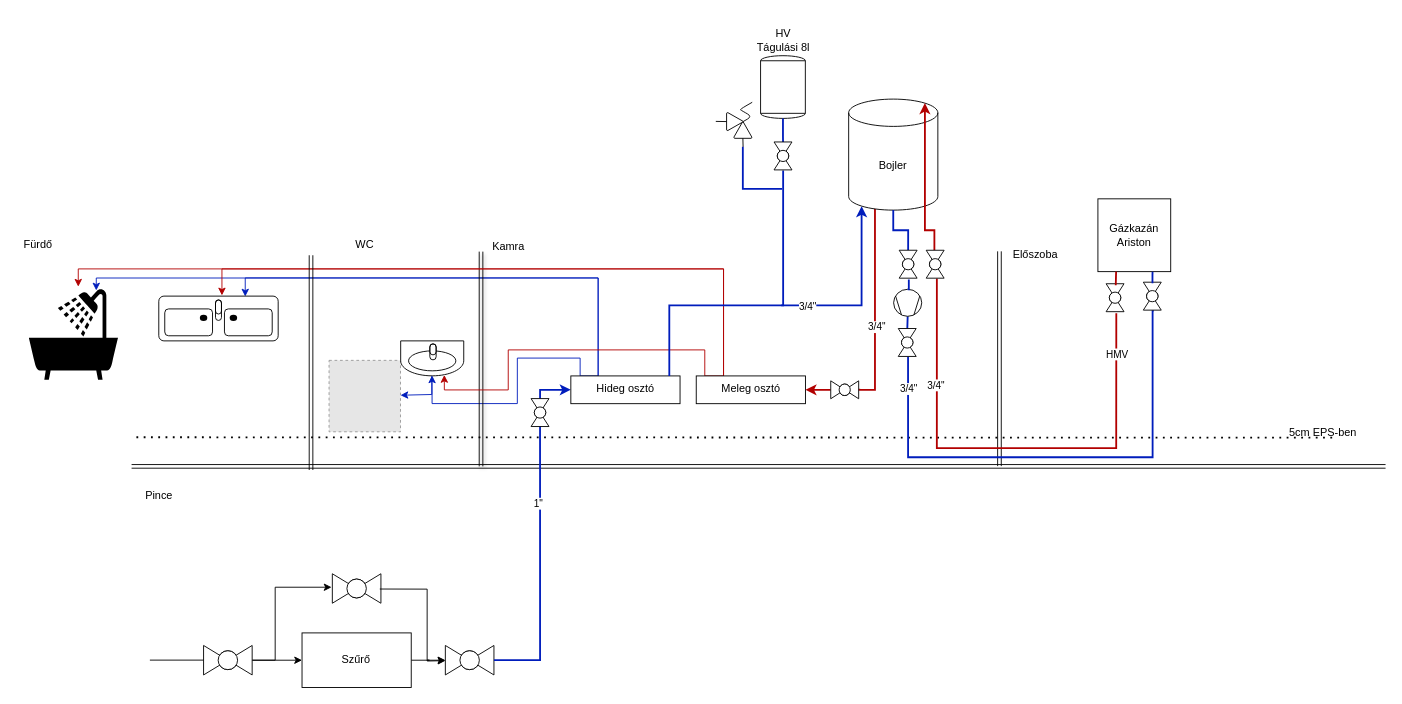
This is fűtés.drawio from vanyid/XVutca_tervek, a draw.io file, before an edit. Source tidied: cells renumbered, new cells numbered last; positions are measured from the earlier drawing's top-left corner, leaving out a move shared by most shapes. Both pictures are drawn from the tidied source at 91%, with x=0, y=0 at pixel (15, 56). Pictures stored in the file or linked from it are replaced by grey dashed boxes.
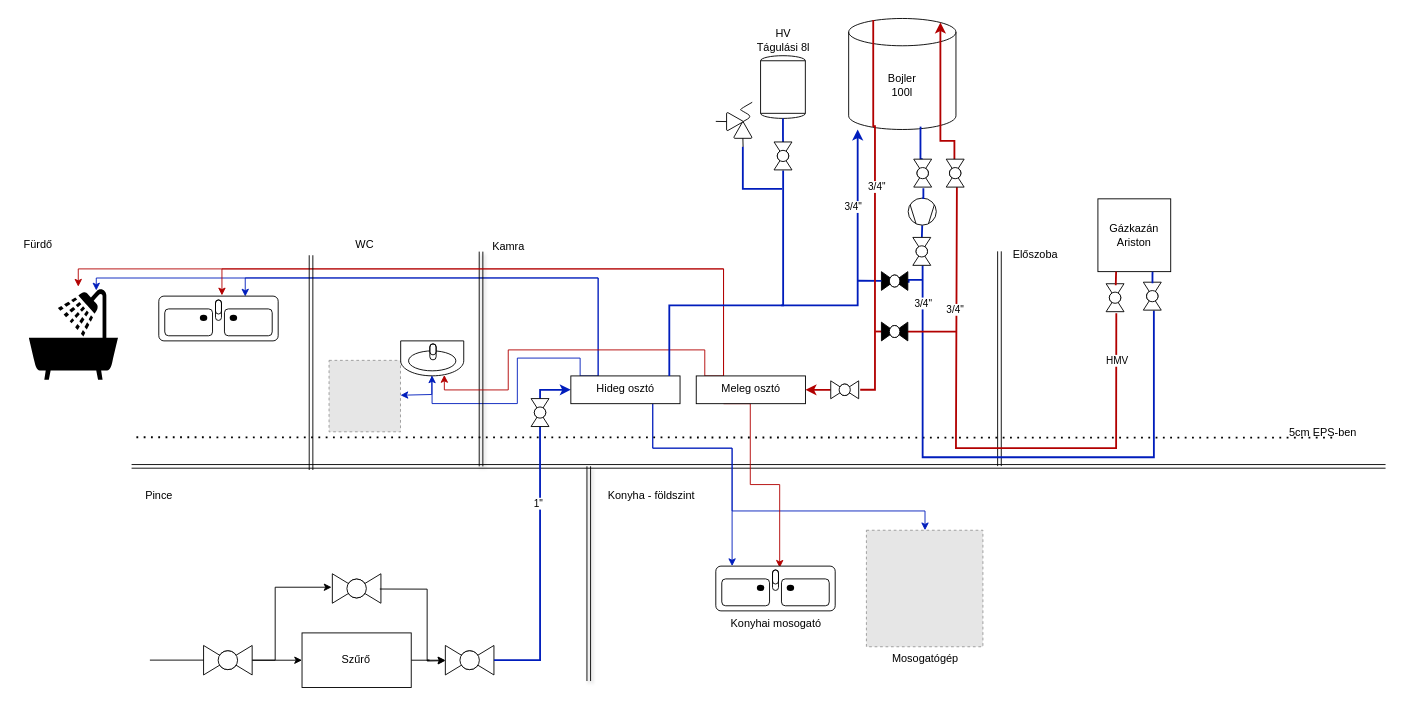
After the change.

Commit message:
HMV direkt bypass

The change refers to these unchanged cells:
```xml
<mxCell id="16" value="Hideg osztó" style="whiteSpace=wrap;html=1;verticalAlign=top;dashed=0;" parent="1" vertex="1">
  <mxGeometry x="609.8" y="351.6" width="120" height="30.5" as="geometry" />
</mxCell>
<mxCell id="24" value="Meleg osztó" style="whiteSpace=wrap;html=1;verticalAlign=top;dashed=0;" parent="1" vertex="1">
  <mxGeometry x="747.6" y="351.6" width="120" height="30.5" as="geometry" />
</mxCell>
<mxCell id="48" style="verticalLabelPosition=bottom;align=center;html=1;verticalAlign=top;dashed=0;shape=mxgraph.pid2valves.valve;valveType=ball;rotation=90;" parent="1" vertex="1">
  <mxGeometry x="1192.5" y="255.8" width="30.7" height="19.7" as="geometry" />
</mxCell>
<mxCell id="74" style="verticalLabelPosition=bottom;align=center;html=1;verticalAlign=top;dashed=0;shape=mxgraph.pid2valves.valve;valveType=ball;rotation=-180;" parent="1" vertex="1">
  <mxGeometry x="895.4" y="357" width="30.7" height="19.7" as="geometry" />
</mxCell>
```

Diff of the diagram source:
```diff
@@
+    <mxCell id="75" style="edgeStyle=orthogonalEdgeStyle;rounded=0;jettySize=auto;html=1;exitX=0.75;exitY=1;exitDx=0;exitDy=0;fillColor=#0050ef;strokeColor=#001DBC;" parent="1" edge="1" source="16" target="80">
+      <mxGeometry relative="1" as="geometry">
+        <Array as="points">
+          <mxPoint x="700" y="431" />
+          <mxPoint x="787" y="431" />
+        </Array>
+      </mxGeometry>
+    </mxCell>
+    <mxCell id="76" style="edgeStyle=orthogonalEdgeStyle;rounded=0;jettySize=auto;html=1;exitX=0.75;exitY=1;exitDx=0;exitDy=0;fillColor=#0050ef;strokeColor=#001DBC;" parent="1" edge="1" source="16" target="81">
+      <mxGeometry relative="1" as="geometry">
+        <Array as="points">
+          <mxPoint x="700" y="431" />
+          <mxPoint x="787" y="431" />
+          <mxPoint x="787" y="500" />
+          <mxPoint x="999" y="500" />
+        </Array>
+      </mxGeometry>
+    </mxCell>
@@
+    <mxCell id="77" style="edgeStyle=orthogonalEdgeStyle;rounded=0;jettySize=auto;html=1;exitX=0.25;exitY=1;exitDx=0;exitDy=0;entryX=0.535;entryY=0.036;entryDx=0;entryDy=0;entryPerimeter=0;fillColor=#e51400;strokeColor=#B20000;" parent="1" edge="1" source="24" target="80">
+      <mxGeometry relative="1" as="geometry">
+        <Array as="points">
+          <mxPoint x="807" y="382" />
+          <mxPoint x="807" y="471" />
+          <mxPoint x="839" y="471" />
+        </Array>
+      </mxGeometry>
+    </mxCell>
@@
-    <mxCell id="25" style="edgeStyle=orthogonalEdgeStyle;rounded=0;jettySize=auto;html=1;exitX=0.145;exitY=1;exitDx=0;exitDy=-4.35;exitPerimeter=0;startArrow=classic;startFill=1;endArrow=none;endFill=0;fillColor=#0050ef;strokeColor=#001DBC;strokeWidth=2;" parent="1" edge="1" source="29" target="16">
+    <mxCell id="25" style="edgeStyle=orthogonalEdgeStyle;rounded=0;jettySize=auto;html=1;startArrow=classic;startFill=1;endArrow=none;endFill=0;fillColor=#0050ef;strokeColor=#001DBC;strokeWidth=2;" parent="1" edge="1" source="29">
       <mxGeometry relative="1" as="geometry">
+        <mxPoint x="718" y="351.6" as="targetPoint" />
         <Array as="points">
-          <mxPoint x="929" y="274" />
+          <mxPoint x="925" y="274" />
           <mxPoint x="718" y="274" />
         </Array>
       </mxGeometry>
     </mxCell>
     <mxCell id="26" value="3/4&quot;" style="edgeLabel;html=1;align=center;verticalAlign=middle;" parent="25" vertex="1">
-      <mxGeometry x="-0.15" y="1" relative="1" as="geometry" />
+      <mxGeometry x="-0.15" y="1" relative="1" as="geometry">
+        <mxPoint x="4" y="-110" as="offset" />
+      </mxGeometry>
     </mxCell>
-    <mxCell id="27" style="edgeStyle=orthogonalEdgeStyle;rounded=0;jettySize=auto;html=1;exitX=0.399;exitY=0.968;exitDx=0;exitDy=0;exitPerimeter=0;entryX=-0.055;entryY=0.504;entryDx=0;entryDy=0;fillColor=#e51400;strokeColor=#B20000;strokeWidth=2;entryPerimeter=0;endArrow=none;endFill=0;" parent="1" edge="1" source="29" target="74">
-      <mxGeometry relative="1" as="geometry">
-        <Array as="points">
-          <mxPoint x="944" y="166" />
-          <mxPoint x="944" y="367" />
-          <mxPoint x="917" y="367" />
-        </Array>
-      </mxGeometry>
-    </mxCell>
-    <mxCell id="28" value="3/4&quot;" style="edgeLabel;html=1;align=center;verticalAlign=middle;" parent="27" vertex="1">
-      <mxGeometry x="0.14" y="1" relative="1" as="geometry" />
-    </mxCell>
-    <mxCell id="29" value="Bojler" style="shape=cylinder3;whiteSpace=wrap;html=1;boundedLbl=1;backgroundOutline=1;size=15;" parent="1" vertex="1">
-      <mxGeometry x="915.1" y="47.4" width="98" height="122" as="geometry" />
+    <mxCell id="29" value="Bojler&lt;br&gt;100l" style="shape=cylinder3;whiteSpace=wrap;html=1;boundedLbl=1;backgroundOutline=1;size=15;" parent="1" vertex="1">
+      <mxGeometry x="915.1" y="-41.2" width="117.9" height="122" as="geometry" />
     </mxCell>
@@
-    <mxCell id="32" style="edgeStyle=orthogonalEdgeStyle;jettySize=auto;html=1;exitX=0;exitY=0.5;exitDx=0;exitDy=0;entryX=0.5;entryY=1;entryDx=0;entryDy=0;strokeColor=#001DBC;rounded=0;fillColor=#0050ef;strokeWidth=2;jumpStyle=none;jumpSize=9;startArrow=none;startFill=0;endArrow=none;endFill=0;entryPerimeter=0;exitPerimeter=0;" parent="1" edge="1" source="40" target="29">
-      <mxGeometry relative="1" as="geometry" />
+    <mxCell id="32" style="edgeStyle=orthogonalEdgeStyle;jettySize=auto;html=1;exitX=0;exitY=0.5;exitDx=0;exitDy=0;entryX=0.671;entryY=0.974;entryDx=0;entryDy=0;strokeColor=#001DBC;rounded=0;fillColor=#0050ef;strokeWidth=2;jumpStyle=none;jumpSize=9;startArrow=none;startFill=0;endArrow=none;endFill=0;entryPerimeter=0;exitPerimeter=0;" parent="1" edge="1" source="40" target="29">
+      <mxGeometry relative="1" as="geometry">
+        <Array as="points">
+          <mxPoint x="994" y="113" />
+          <mxPoint x="994" y="81" />
+          <mxPoint x="994" y="81" />
+        </Array>
+      </mxGeometry>
     </mxCell>
@@
     <mxCell id="38" style="shape=mxgraph.pid.compressors_-_iso.compressor,_vacuum_pump;html=1;align=center;verticalLabelPosition=bottom;verticalAlign=top;dashed=0;rotation=90;" parent="1" vertex="1">
-      <mxGeometry x="965.1" y="255.8" width="29.7" height="30.9" as="geometry" />
+      <mxGeometry x="981.1" y="155.6" width="29.7" height="30.9" as="geometry" />
     </mxCell>
@@
     <mxCell id="40" style="verticalLabelPosition=bottom;align=center;html=1;verticalAlign=top;dashed=0;shape=mxgraph.pid2valves.valve;valveType=ball;rotation=90;" parent="1" vertex="1">
-      <mxGeometry x="965.1" y="219" width="30.7" height="19.7" as="geometry" />
+      <mxGeometry x="981.1" y="118.9" width="30.7" height="19.7" as="geometry" />
     </mxCell>
@@
     <mxCell id="43" style="verticalLabelPosition=bottom;align=center;html=1;verticalAlign=top;dashed=0;shape=mxgraph.pid2valves.valve;valveType=ball;rotation=90;" parent="1" vertex="1">
-      <mxGeometry x="964.1" y="305" width="30.7" height="19.7" as="geometry" />
+      <mxGeometry x="980.1" y="204.9" width="30.7" height="19.7" as="geometry" />
     </mxCell>
     <mxCell id="44" style="edgeStyle=orthogonalEdgeStyle;rounded=0;jettySize=auto;html=1;exitX=1.057;exitY=0.431;exitDx=0;exitDy=0;fillColor=#e51400;strokeColor=#B20000;strokeWidth=2;entryX=1.008;entryY=0.405;entryDx=0;entryDy=0;entryPerimeter=0;endArrow=none;endFill=0;exitPerimeter=0;" parent="1" edge="1" source="48" target="47">
       <mxGeometry relative="1" as="geometry">
         <Array as="points">
-          <mxPoint x="1209.1" y="288" />
-          <mxPoint x="1209.1" y="431" />
-          <mxPoint x="1012.1" y="431" />
+          <mxPoint x="1209" y="288" />
+          <mxPoint x="1209" y="288" />
+          <mxPoint x="1209" y="431" />
+          <mxPoint x="1033" y="431" />
+          <mxPoint x="1033" y="144" />
         </Array>
       </mxGeometry>
     </mxCell>
@@
     <mxCell id="47" style="verticalLabelPosition=bottom;align=center;html=1;verticalAlign=top;dashed=0;shape=mxgraph.pid2valves.valve;valveType=ball;rotation=90;" parent="1" vertex="1">
-      <mxGeometry x="994.8" y="219" width="30.7" height="19.7" as="geometry" />
+      <mxGeometry x="1016.8" y="118.9" width="30.7" height="19.7" as="geometry" />
     </mxCell>
@@
+    <mxCell id="78" style="shape=link;html=1;rounded=0;shadow=1;strokeColor=default;" parent="1" edge="1">
+      <mxGeometry relative="1" as="geometry">
+        <mxPoint x="629.5" y="686.9" as="sourcePoint" />
+        <mxPoint x="629.5" y="450.9" as="targetPoint" />
+      </mxGeometry>
+    </mxCell>
+    <mxCell id="79" value="Konyha - földszint" style="text;html=1;align=center;verticalAlign=middle;strokeColor=none;fillColor=none;" parent="1" vertex="1">
+      <mxGeometry x="639.3" y="468.6" width="118.1" height="29.5" as="geometry" />
+    </mxCell>
+    <mxCell id="80" value="Konyhai mosogató" style="verticalLabelPosition=bottom;html=1;verticalAlign=top;align=center;shape=mxgraph.floorplan.sink_double2;" parent="1" vertex="1">
+      <mxGeometry x="769.1" y="560.6" width="131.2" height="49.2" as="geometry" />
+    </mxCell>
+    <mxCell id="81" value="Mosogatógép" style="fillColor=#E6E6E6;strokeColor=#999999;dashed=1;html=1;verticalAlign=top;verticalLabelPosition=bottom;labelBackgroundColor=#ffffff;" parent="1" vertex="1">
+      <mxGeometry x="934.6" y="521.2" width="128" height="128" as="geometry" />
+    </mxCell>
+    <mxCell id="82" style="edgeStyle=orthogonalEdgeStyle;rounded=0;orthogonalLoop=1;jettySize=auto;html=1;endArrow=none;endFill=0;exitX=0.952;exitY=0.444;exitDx=0;exitDy=0;exitPerimeter=0;strokeWidth=2;fillColor=#0050ef;strokeColor=#001DBC;" parent="1" edge="1">
+      <mxGeometry relative="1" as="geometry">
+        <mxPoint x="978.7" y="248.2" as="sourcePoint" />
+        <mxPoint x="996" y="246" as="targetPoint" />
+        <Array as="points">
+          <mxPoint x="981" y="248" />
+          <mxPoint x="981" y="246" />
+        </Array>
+      </mxGeometry>
+    </mxCell>
+    <mxCell id="83" style="verticalLabelPosition=bottom;align=center;html=1;verticalAlign=top;dashed=0;shape=mxgraph.pid2valves.valve;valveType=ball;defState=closed;" parent="1" vertex="1">
+      <mxGeometry x="951.1" y="237" width="29" height="20.6" as="geometry" />
+    </mxCell>
+    <mxCell id="84" style="edgeStyle=orthogonalEdgeStyle;rounded=0;jettySize=auto;html=1;endArrow=none;endFill=0;fillColor=#e51400;strokeColor=#B20000;strokeWidth=2;exitX=0.98;exitY=0.506;exitDx=0;exitDy=0;exitPerimeter=0;" parent="1" edge="1" source="86">
+      <mxGeometry relative="1" as="geometry">
+        <mxPoint x="1033" y="303" as="targetPoint" />
+        <Array as="points">
+          <mxPoint x="1013" y="303" />
+          <mxPoint x="1013" y="303" />
+        </Array>
+      </mxGeometry>
+    </mxCell>
+    <mxCell id="85" style="edgeStyle=orthogonalEdgeStyle;rounded=0;jettySize=auto;html=1;endArrow=none;endFill=0;strokeWidth=2;fillColor=#e51400;strokeColor=#B20000;" parent="1" edge="1" source="86">
+      <mxGeometry relative="1" as="geometry">
+        <mxPoint x="944.4" y="302.8" as="targetPoint" />
+        <Array as="points">
+          <mxPoint x="944" y="303" />
+          <mxPoint x="944" y="303" />
+        </Array>
+      </mxGeometry>
+    </mxCell>
+    <mxCell id="86" style="verticalLabelPosition=bottom;align=center;html=1;verticalAlign=top;dashed=0;shape=mxgraph.pid2valves.valve;valveType=ball;defState=closed;" parent="1" vertex="1">
+      <mxGeometry x="951.1" y="292.5" width="29" height="20.6" as="geometry" />
+    </mxCell>
+    <mxCell id="87" style="rounded=0;jettySize=auto;html=1;fillColor=#0050ef;strokeColor=#001DBC;strokeWidth=2;endArrow=none;endFill=0;shadow=0;" parent="1" edge="1" source="83">
+      <mxGeometry relative="1" as="geometry">
+        <mxPoint x="925" y="247" as="targetPoint" />
+        <Array as="points">
+          <mxPoint x="925" y="247" />
+        </Array>
+      </mxGeometry>
+    </mxCell>
+    <mxCell id="27" style="edgeStyle=orthogonalEdgeStyle;rounded=0;jettySize=auto;html=1;exitX=0.229;exitY=0.013;exitDx=0;exitDy=0;exitPerimeter=0;entryX=-0.055;entryY=0.504;entryDx=0;entryDy=0;fillColor=#e51400;strokeColor=#B20000;strokeWidth=2;entryPerimeter=0;endArrow=none;endFill=0;" parent="1" edge="1" source="29" target="74">
+      <mxGeometry relative="1" as="geometry">
+        <Array as="points">
+          <mxPoint x="942" y="77" />
+          <mxPoint x="944" y="77" />
+          <mxPoint x="944" y="367" />
+        </Array>
+      </mxGeometry>
+    </mxCell>
+    <mxCell id="28" value="3/4&quot;" style="edgeLabel;html=1;align=center;verticalAlign=middle;" parent="27" vertex="1">
+      <mxGeometry x="0.14" y="1" relative="1" as="geometry">
+        <mxPoint y="-57" as="offset" />
+      </mxGeometry>
+    </mxCell>
```
